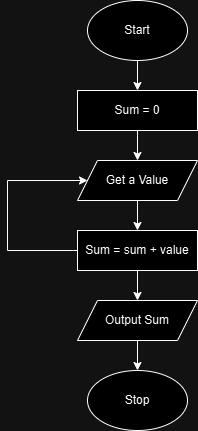
Above: Problem1_Gob.png in Mark-Jeonel-Kenn-Gob/DSA-CPE010-CPE21S4 (draw.io), before the change. Source tidied: cells renumbered, new cells last; positions are measured from the earlier drawing's top-left corner, leaving out a move shared by most shapes.
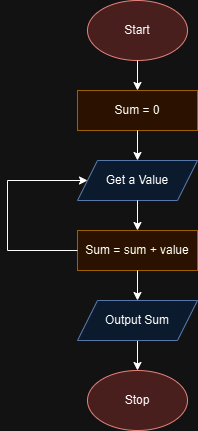
After the change.

The edit, as a diff of the source:
```diff
@@ -2,13 +2,13 @@
   <root>
     <mxCell id="0" />
     <mxCell id="1" parent="0" />
-    <mxCell id="2" value="Start" style="ellipse;whiteSpace=wrap;html=1;" parent="1" vertex="1">
+    <mxCell id="2" value="Start" style="ellipse;whiteSpace=wrap;html=1;fillColor=#f8cecc;strokeColor=#b85450;" parent="1" vertex="1">
       <mxGeometry x="80" width="100" height="60" as="geometry" />
     </mxCell>
-    <mxCell id="3" value="Get a Value" style="shape=parallelogram;perimeter=parallelogramPerimeter;whiteSpace=wrap;html=1;fixedSize=1;" parent="1" vertex="1">
+    <mxCell id="3" value="Get a Value" style="shape=parallelogram;perimeter=parallelogramPerimeter;whiteSpace=wrap;html=1;fixedSize=1;fillColor=#dae8fc;strokeColor=#6c8ebf;" parent="1" vertex="1">
       <mxGeometry x="70" y="160" width="120" height="40" as="geometry" />
     </mxCell>
-    <mxCell id="4" value="Sum = 0" style="rounded=0;whiteSpace=wrap;html=1;" parent="1" vertex="1">
+    <mxCell id="4" value="Sum = 0" style="rounded=0;whiteSpace=wrap;html=1;fillColor=#ffe6cc;strokeColor=#d79b00;" parent="1" vertex="1">
       <mxGeometry x="70" y="90" width="120" height="40" as="geometry" />
     </mxCell>
     <mxCell id="5" style="endArrow=classic;html=1;rounded=0;exitX=0.5;exitY=1;exitDx=0;exitDy=0;entryX=0.5;entryY=0;entryDx=0;entryDy=0;" parent="1" edge="1" source="2" target="4">
@@ -17,13 +17,13 @@
     <mxCell id="6" style="endArrow=classic;html=1;rounded=0;exitX=0.5;exitY=1;exitDx=0;exitDy=0;entryX=0.5;entryY=0;entryDx=0;entryDy=0;" parent="1" edge="1" source="4" target="3">
       <mxGeometry relative="1" as="geometry" />
     </mxCell>
-    <mxCell id="7" value="&lt;div&gt;Sum = sum + value&lt;/div&gt;" style="rounded=0;whiteSpace=wrap;html=1;" parent="1" vertex="1">
+    <mxCell id="7" value="&lt;div&gt;Sum = sum + value&lt;/div&gt;" style="rounded=0;whiteSpace=wrap;html=1;fillColor=#ffe6cc;strokeColor=#d79b00;" parent="1" vertex="1">
       <mxGeometry x="70" y="230" width="120" height="40" as="geometry" />
     </mxCell>
     <mxCell id="8" style="endArrow=classic;html=1;rounded=0;exitX=0.5;exitY=1;exitDx=0;exitDy=0;entryX=0.5;entryY=0;entryDx=0;entryDy=0;" parent="1" edge="1" source="3" target="7">
       <mxGeometry relative="1" as="geometry" />
     </mxCell>
-    <mxCell id="9" value="Stop" style="ellipse;whiteSpace=wrap;html=1;" parent="1" vertex="1">
+    <mxCell id="9" value="Stop" style="ellipse;whiteSpace=wrap;html=1;fillColor=#f8cecc;strokeColor=#b85450;" parent="1" vertex="1">
       <mxGeometry x="80" y="370" width="100" height="60" as="geometry" />
     </mxCell>
     <mxCell id="10" style="endArrow=classic;html=1;rounded=0;exitX=0.5;exitY=1;exitDx=0;exitDy=0;entryX=0.5;entryY=0;entryDx=0;entryDy=0;" parent="1" edge="1" source="7">
@@ -52,7 +52,7 @@
         <mxPoint y="180" as="sourcePoint" />
       </mxGeometry>
     </mxCell>
-    <mxCell id="15" value="Output Sum" style="shape=parallelogram;perimeter=parallelogramPerimeter;whiteSpace=wrap;html=1;fixedSize=1;" parent="1" vertex="1">
+    <mxCell id="15" value="Output Sum" style="shape=parallelogram;perimeter=parallelogramPerimeter;whiteSpace=wrap;html=1;fixedSize=1;fillColor=#dae8fc;strokeColor=#6c8ebf;" parent="1" vertex="1">
       <mxGeometry x="70" y="300" width="120" height="40" as="geometry" />
     </mxCell>
   </root>
```
